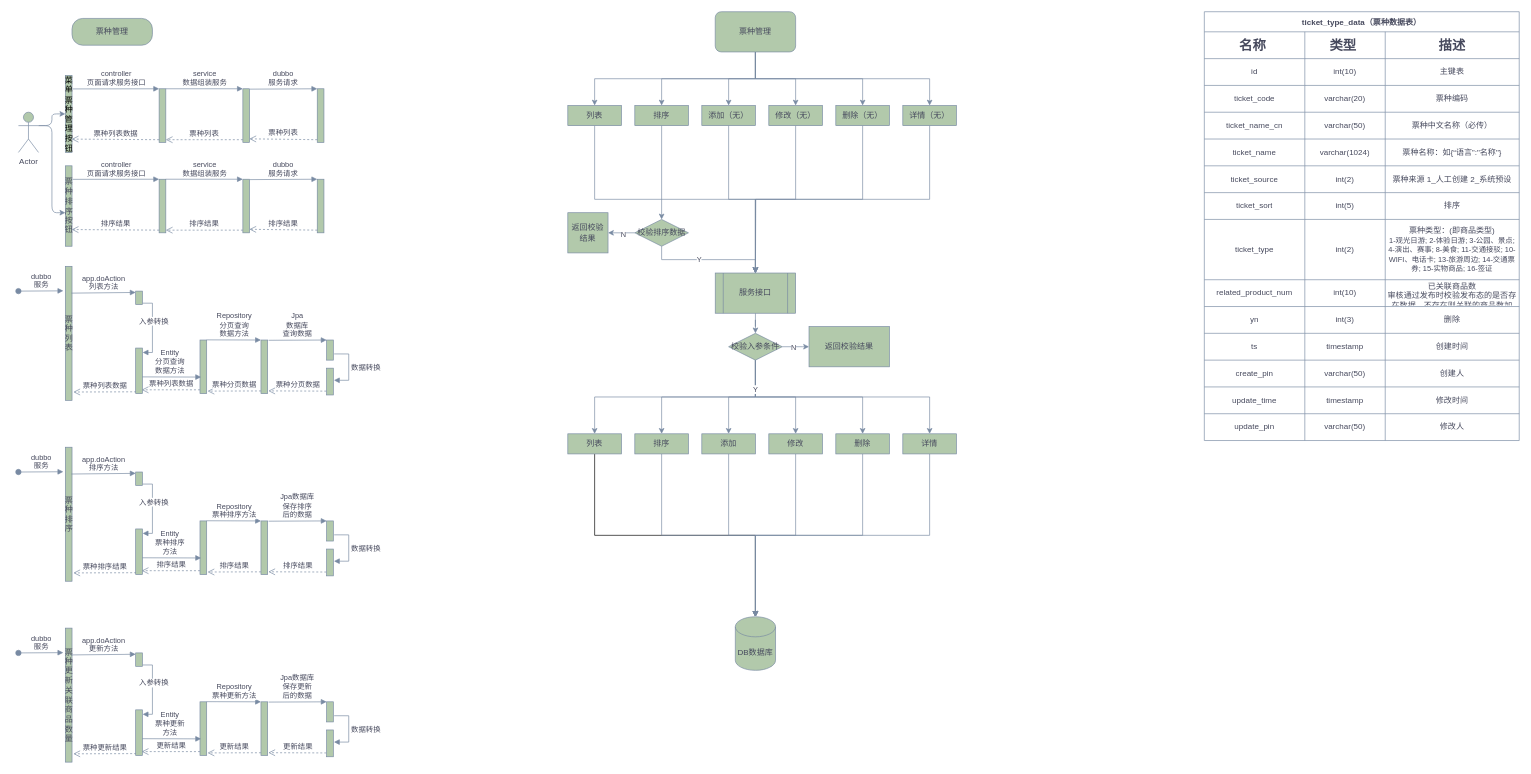
Above: page "票种管理" (1 of 3) of tour-product.drawio in liqiang0113/Project (draw.io), before the change. Source tidied: cells renumbered, new cells numbered last; positions are measured from the earlier drawing's top-left corner, leaving out a move shared by most shapes. Both pictures are drawn from the tidied source at 67%, with x=0, y=0 at pixel (18, 11).
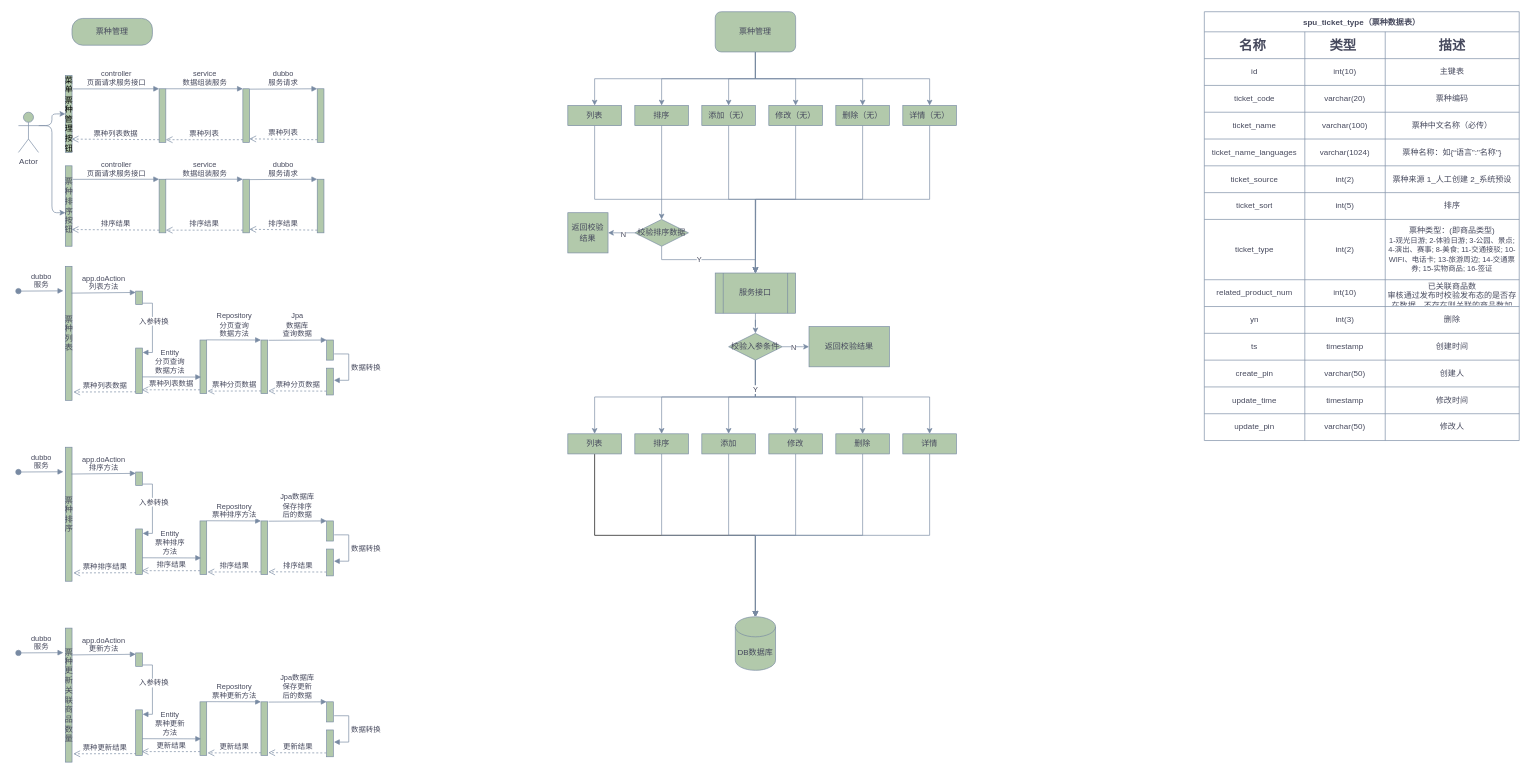
Above is the later version.

Unchanged cells that the change refers to:
```xml
<mxCell id="66" style="shape=tableRow;horizontal=0;startSize=0;swimlaneHead=0;swimlaneBody=0;top=0;left=0;bottom=0;right=0;fillColor=none;strokeColor=#788AA3;fontColor=#46495D;" parent="53" vertex="1">
  <mxGeometry y="150" width="470" height="40" as="geometry" />
</mxCell>
<mxCell id="70" style="shape=tableRow;horizontal=0;startSize=0;swimlaneHead=0;swimlaneBody=0;top=0;left=0;bottom=0;right=0;fillColor=none;strokeColor=#788AA3;fontColor=#46495D;" parent="53" vertex="1">
  <mxGeometry y="190" width="470" height="40" as="geometry" />
</mxCell>
```

The edit, as a diff of the source:
```diff
@@
-    <mxCell id="53" value="ticket_type_data（票种数据表）" style="shape=table;startSize=30;childLayout=tableLayout;fontStyle=1;align=center;swimlaneLine=1;strokeWidth=1;fillColor=none;fontColor=#46495D;strokeColor=#788AA3;" parent="1" vertex="1">
+    <mxCell id="53" value="spu_ticket_type（票种数据表）" style="shape=table;startSize=30;childLayout=tableLayout;fontStyle=1;align=center;swimlaneLine=1;strokeWidth=1;fillColor=none;fontColor=#46495D;strokeColor=#788AA3;" parent="1" vertex="1">
       <mxGeometry x="1770" width="470" height="640" as="geometry" />
     </mxCell>
@@
-    <mxCell id="67" value="ticket_name_cn" style="shape=partialRectangle;html=1;whiteSpace=wrap;top=0;left=0;bottom=0;right=0;overflow=hidden;sketch=0;shadow=0;strokeWidth=1;fillColor=none;fontColor=#46495D;verticalAlign=middle;strokeColor=#788AA3;" parent="66" vertex="1">
+    <mxCell id="67" value="ticket_name" style="shape=partialRectangle;html=1;whiteSpace=wrap;top=0;left=0;bottom=0;right=0;overflow=hidden;sketch=0;shadow=0;strokeWidth=1;fillColor=none;fontColor=#46495D;verticalAlign=middle;strokeColor=#788AA3;" parent="66" vertex="1">
       <mxGeometry width="150" height="40" as="geometry" />
     </mxCell>
-    <mxCell id="68" value="varchar(50)" style="shape=partialRectangle;html=1;whiteSpace=wrap;top=0;left=0;bottom=0;right=0;overflow=hidden;sketch=0;strokeWidth=1;fillColor=none;fontColor=#46495D;verticalAlign=middle;strokeColor=#788AA3;" parent="66" vertex="1">
+    <mxCell id="68" value="varchar(100)" style="shape=partialRectangle;html=1;whiteSpace=wrap;top=0;left=0;bottom=0;right=0;overflow=hidden;sketch=0;strokeWidth=1;fillColor=none;fontColor=#46495D;verticalAlign=middle;strokeColor=#788AA3;" parent="66" vertex="1">
       <mxGeometry x="150" width="120" height="40" as="geometry" />
     </mxCell>
@@
-    <mxCell id="71" value="ticket_name" style="shape=partialRectangle;html=1;whiteSpace=wrap;top=0;left=0;bottom=0;right=0;overflow=hidden;sketch=0;shadow=0;strokeWidth=1;fillColor=none;fontColor=#46495D;verticalAlign=middle;strokeColor=#788AA3;" parent="70" vertex="1">
+    <mxCell id="71" value="ticket_name_languages" style="shape=partialRectangle;html=1;whiteSpace=wrap;top=0;left=0;bottom=0;right=0;overflow=hidden;sketch=0;shadow=0;strokeWidth=1;fillColor=none;fontColor=#46495D;verticalAlign=middle;strokeColor=#788AA3;" parent="70" vertex="1">
       <mxGeometry width="150" height="40" as="geometry" />
     </mxCell>
```
